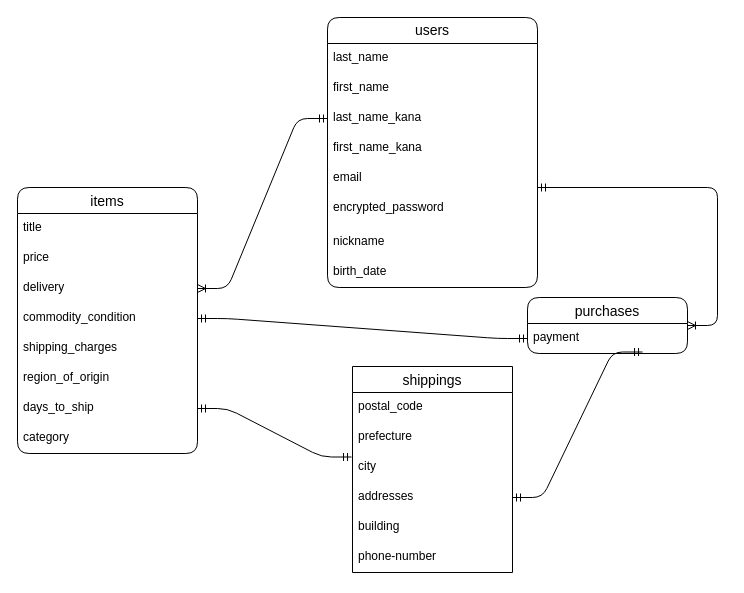
The draw.io diagram furima.dio in suzukazu696969/furima-38767, before the edit. Source tidied: cells renumbered, new cells numbered last; positions are measured from the earlier drawing's top-left corner, leaving out a move shared by most shapes. Both pictures are drawn from the tidied source at 100%, with x=0, y=0 at pixel (17, 17).
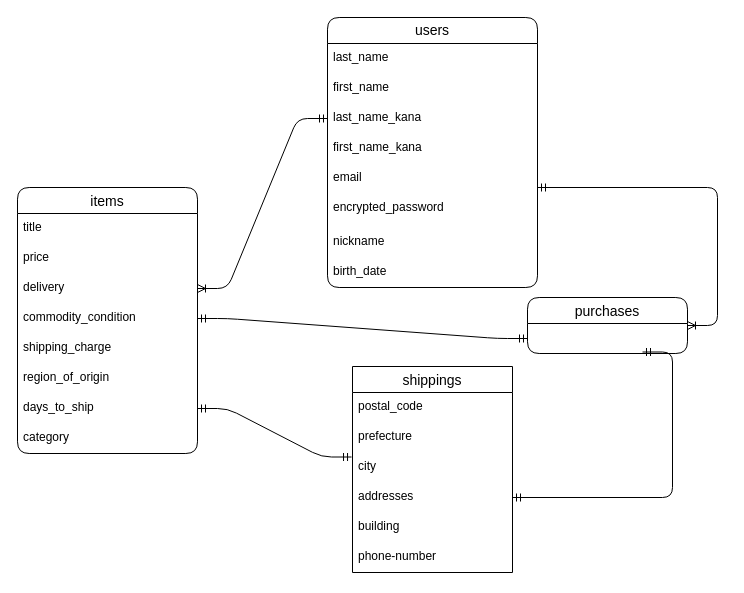
Above is the later version.

The change refers to these unchanged cells:
```xml
<mxCell id="12" value="purchases" style="swimlane;fontStyle=0;horizontal=1;startSize=26;align=center;fontSize=14;rounded=1;fillColor=none;gradientColor=#ffffff;" parent="1" vertex="1">
  <mxGeometry x="510" y="280" width="160" height="56" as="geometry" />
</mxCell>
<mxCell id="18" value="addresses" style="text;strokeColor=none;fillColor=none;spacingLeft=4;spacingRight=4;overflow=hidden;points=[[0,0.5],[1,0.5]];portConstraint=eastwest;fontSize=12;" parent="14" vertex="1">
  <mxGeometry y="116" width="160" height="30" as="geometry" />
</mxCell>
<mxCell id="21" value="items" style="swimlane;fontStyle=0;horizontal=1;startSize=26;align=center;fontSize=14;rounded=1;fillColor=none;gradientColor=#ffffff;" parent="1" vertex="1">
  <mxGeometry y="170" width="180" height="266" as="geometry" />
</mxCell>
<mxCell id="25" value="commodity_condition" style="text;strokeColor=none;fillColor=none;spacingLeft=4;spacingRight=4;overflow=hidden;points=[[0,0.5],[1,0.5]];portConstraint=eastwest;fontSize=12;" parent="21" vertex="1">
  <mxGeometry y="116" width="180" height="30" as="geometry" />
</mxCell>
```

Diff of the diagram source:
```diff
@@
-    <mxCell id="13" value="payment" style="text;strokeColor=none;fillColor=none;spacingLeft=4;spacingRight=4;overflow=hidden;points=[[0,0.5],[1,0.5]];portConstraint=eastwest;fontSize=12;rounded=1;labelBorderColor=none;" parent="12" vertex="1">
-      <mxGeometry y="26" width="160" height="30" as="geometry" />
-    </mxCell>
@@
-    <mxCell id="26" value="shipping_charges" style="text;strokeColor=none;fillColor=none;spacingLeft=4;spacingRight=4;overflow=hidden;fontSize=12;" parent="21" vertex="1">
+    <mxCell id="26" value="shipping_charge" style="text;strokeColor=none;fillColor=none;spacingLeft=4;spacingRight=4;overflow=hidden;fontSize=12;" parent="21" vertex="1">
       <mxGeometry y="146" width="180" height="30" as="geometry" />
     </mxCell>
@@
-    <mxCell id="32" style="edgeStyle=entityRelationEdgeStyle;fontSize=12;html=1;endArrow=ERmandOne;startArrow=ERmandOne;exitX=1;exitY=0.5;exitDx=0;exitDy=0;entryX=0;entryY=0.5;entryDx=0;entryDy=0;" parent="1" edge="1" source="25" target="13">
-      <mxGeometry relative="1" as="geometry" />
+    <mxCell id="32" style="edgeStyle=entityRelationEdgeStyle;fontSize=12;html=1;endArrow=ERmandOne;startArrow=ERmandOne;exitX=1;exitY=0.5;exitDx=0;exitDy=0;entryX=0;entryY=0.5;entryDx=0;entryDy=0;" parent="1" edge="1" source="25">
+      <mxGeometry relative="1" as="geometry">
+        <mxPoint x="510" y="321" as="targetPoint" />
+      </mxGeometry>
     </mxCell>
@@
-    <mxCell id="34" style="edgeStyle=entityRelationEdgeStyle;fontSize=12;html=1;endArrow=ERmandOne;startArrow=ERmandOne;entryX=1;entryY=0.5;entryDx=0;entryDy=0;exitX=0.719;exitY=0.95;exitDx=0;exitDy=0;exitPerimeter=0;" parent="1" edge="1" source="13" target="18">
-      <mxGeometry relative="1" as="geometry" />
+    <mxCell id="34" style="edgeStyle=entityRelationEdgeStyle;fontSize=12;html=1;endArrow=ERmandOne;startArrow=ERmandOne;entryX=1;entryY=0.5;entryDx=0;entryDy=0;exitX=0.719;exitY=0.95;exitDx=0;exitDy=0;exitPerimeter=0;" parent="1" edge="1" target="18">
+      <mxGeometry relative="1" as="geometry">
+        <mxPoint x="625" y="334.5" as="sourcePoint" />
+      </mxGeometry>
     </mxCell>
```
